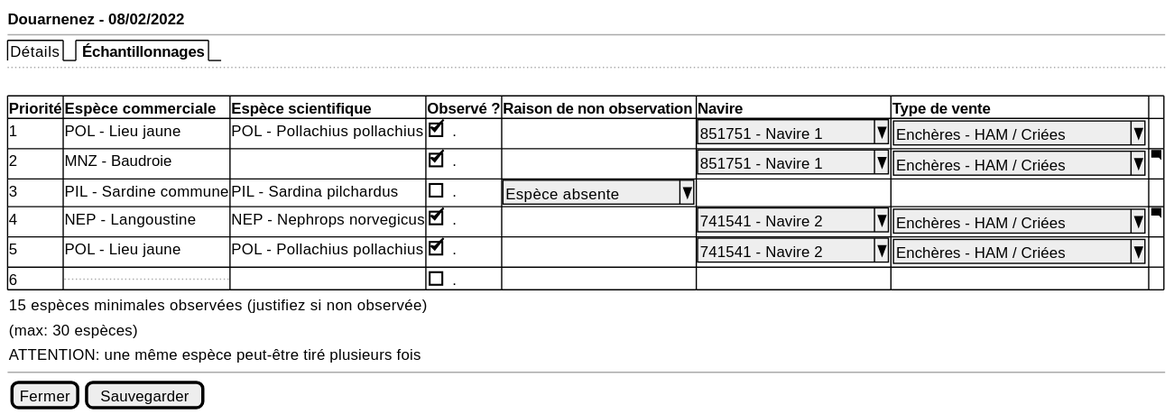
sumaris-net/sumaris-doc keeps this PlantUML diagram as projects/obsvente/spe/images/landings-table.svg. Above is the earlier version.
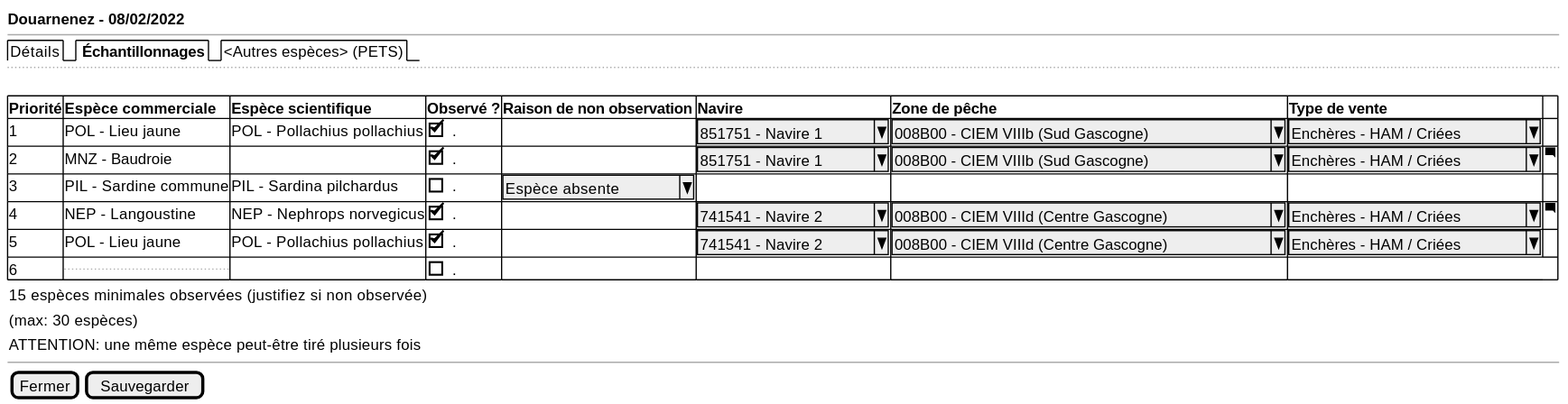
The same diagram one commit later.

Change to the diagram source:
```diff
@@ -2,17 +2,17 @@
 {
   <b>Douarnenez - 08/02/2022
   --
-  {/  Détails | <b> Échantillonnages }
+  {/  Détails | <b> Échantillonnages | <Autres espèces> (PETS)}
   ..
   .
 	{#
 
-      <b>Priorité | <b>Espèce commerciale | <b>Espèce scientifique  | <b>Observé ? | <b>Raison de non observation | <b>Navire | <b>Type de vente | .
-       1 | POL - Lieu jaune | POL - Pollachius pollachius | [X]. | . | ^851751 - Navire 1^ | { ^Enchères - HAM / Criées^} | .
-       2 | MNZ - Baudroie | . |  [X]. | . | ^851751 - Navire 1^ | { ^Enchères - HAM / Criées^} | <&comment-square>
-       3 | PIL - Sardine commune | PIL - Sardina pilchardus | [ ]. | ^ Espèce absente  ^  | . | . | .
-       4 | NEP - Langoustine | NEP - Nephrops norvegicus   | [X]. | . | ^741541 - Navire 2^ | { ^Enchères - HAM / Criées^} | <&comment-square>
-       5 | POL - Lieu jaune | POL - Pollachius pollachius | [X]. | . | ^741541 - Navire 2^ | { ^Enchères - HAM / Criées^} | .
+      <b>Priorité | <b>Espèce commerciale | <b>Espèce scientifique  | <b>Observé ? | <b>Raison de non observation | <b>Navire | <b>Zone de pêche| <b>Type de vente | .
+       1 | POL - Lieu jaune | POL - Pollachius pollachius | [X]. | . | ^851751 - Navire 1^ | ^008B00 - CIEM VIIIb (Sud Gascogne)   ^ | ^Enchères - HAM / Criées^ | .
+       2 | MNZ - Baudroie | . |  [X]. | . | ^851751 - Navire 1^ | ^008B00 - CIEM VIIIb (Sud Gascogne)   ^ | ^Enchères - HAM / Criées^ | <&comment-square>
+       3 | PIL - Sardine commune | PIL - Sardina pilchardus | [ ]. | ^ Espèce absente  ^  | . | . | . | .
+       4 | NEP - Langoustine | NEP - Nephrops norvegicus   | [X]. | . | ^741541 - Navire 2^ | ^008B00 - CIEM VIIId (Centre Gascogne)^ | ^Enchères - HAM / Criées^ | <&comment-square>
+       5 | POL - Lieu jaune | POL - Pollachius pollachius | [X]. | . | ^741541 - Navire 2^ | ^008B00 - CIEM VIIId (Centre Gascogne)^ | ^Enchères - HAM / Criées^ | .
        6 | ... | . | [ ] . | . | . | .
 
     }
```
